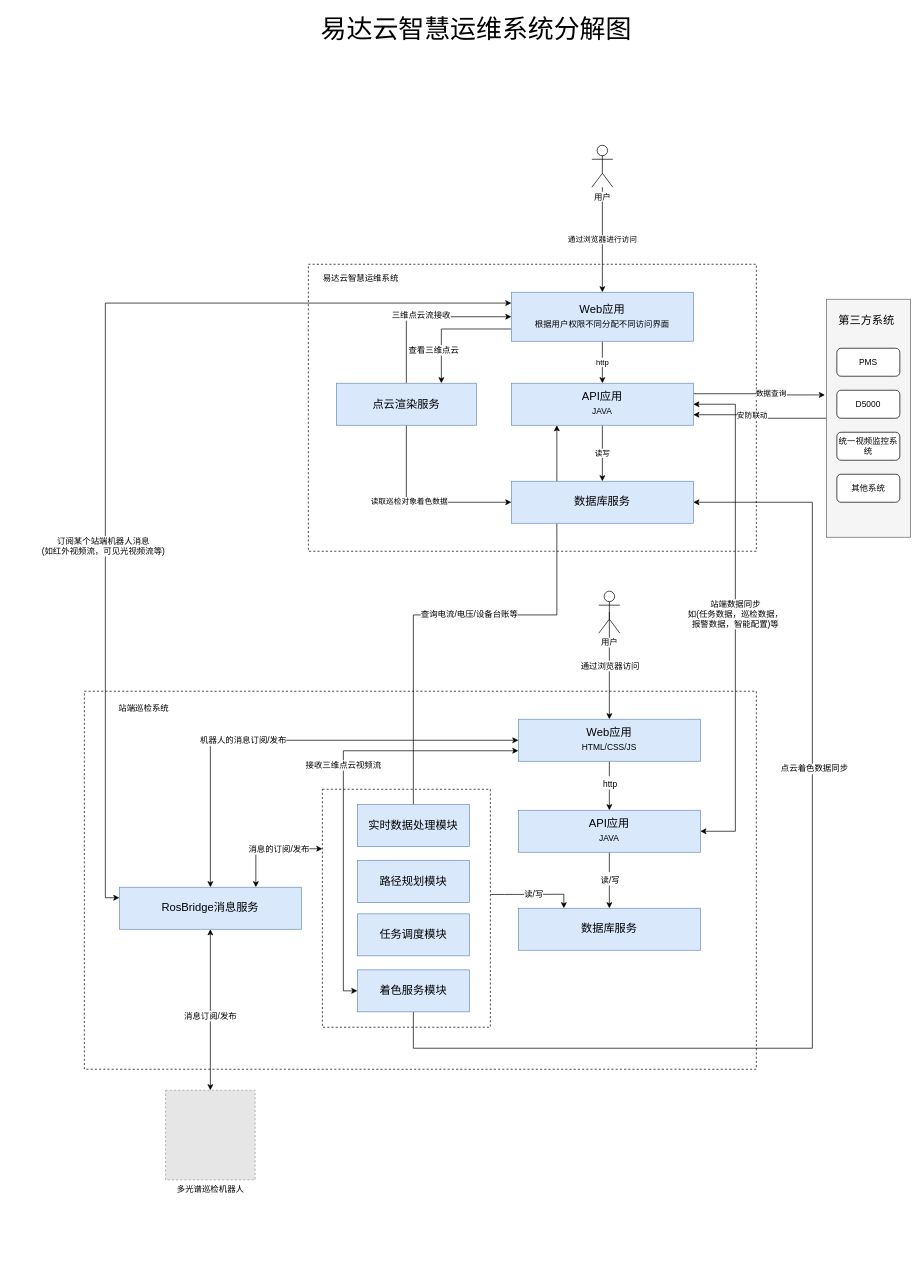
The draw.io diagram 易达云智慧运维系统分解图.drawio in wangyufei0807/draw, before the edit. Source tidied: cells renumbered, new cells numbered last; positions are measured from the earlier drawing's top-left corner, leaving out a move shared by most shapes. Both pictures are drawn from the tidied source at 70%, with x=0, y=0 at pixel (84, 12). Pictures stored in the file or linked from it are replaced by grey dashed boxes.
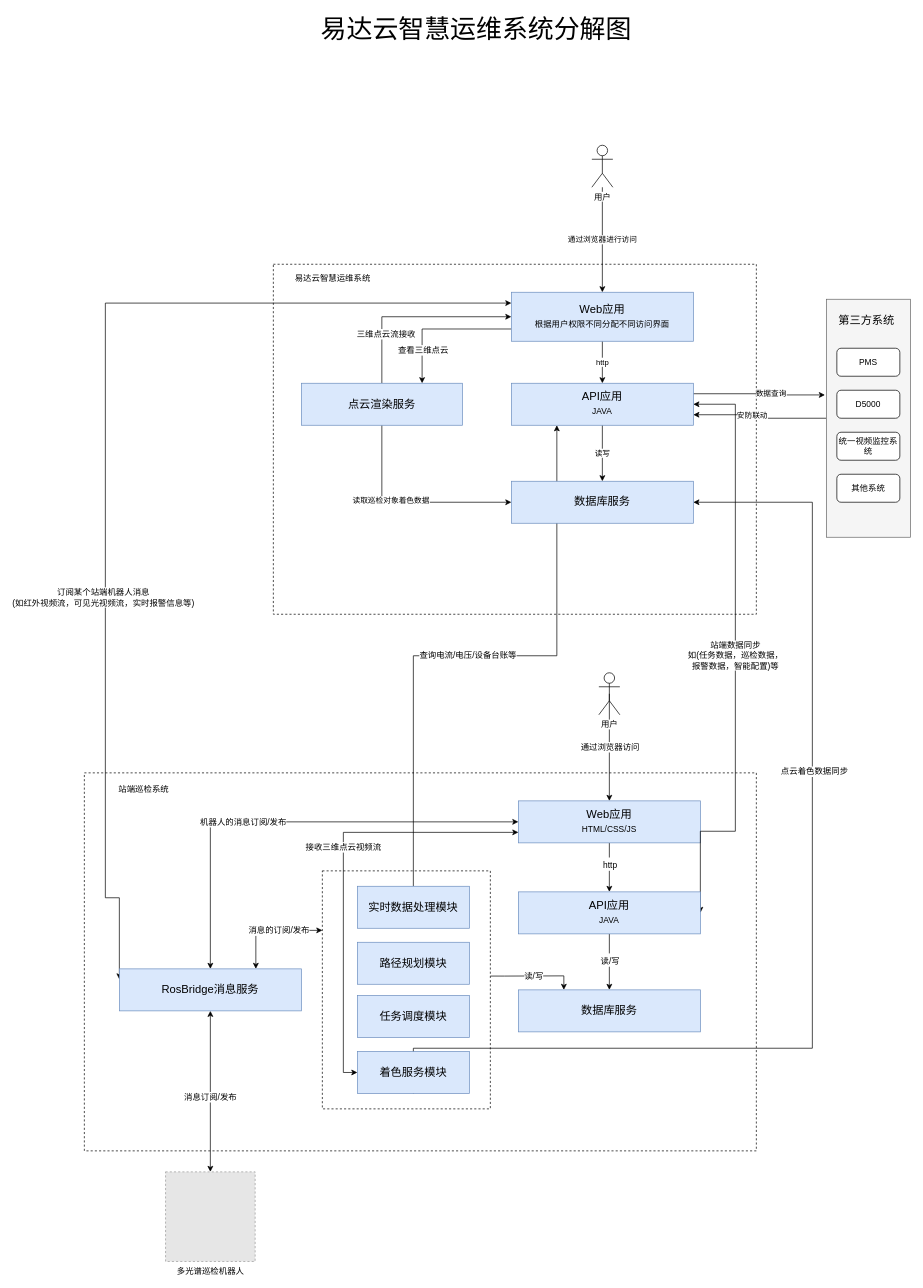
The same diagram, later.

Commit message:
更新易达云智慧运维系统分解图.drawio

Unchanged cells that the change refers to:
```xml
<mxCell id="12" style="edgeStyle=orthogonalEdgeStyle;rounded=0;jettySize=auto;html=1;exitX=0;exitY=0.221;exitDx=0;exitDy=0;entryX=0;entryY=0.25;entryDx=0;entryDy=0;startArrow=classic;startFill=1;fontSize=12;exitPerimeter=0;" parent="1" edge="1" source="14" target="49">
  <mxGeometry relative="1" as="geometry">
    <Array as="points">
      <mxPoint x="30" y="416" />
      <mxPoint x="30" y="1265" />
    </Array>
  </mxGeometry>
</mxCell>
```

Change to the diagram source:
```diff
@@
     <mxCell id="2" style="rounded=0;whiteSpace=wrap;html=1;dashed=1;shadow=0;" parent="1" vertex="1">
-      <mxGeometry y="970" width="960" height="540" as="geometry" />
+      <mxGeometry y="1086.6" width="960" height="540" as="geometry" />
     </mxCell>
@@
     <mxCell id="6" style="rounded=0;whiteSpace=wrap;html=1;shadow=0;fontSize=12;dashed=1;" parent="1" vertex="1">
-      <mxGeometry x="340" y="1110" width="240" height="340" as="geometry" />
+      <mxGeometry x="340" y="1226.6" width="240" height="340" as="geometry" />
     </mxCell>
     <mxCell id="7" style="rounded=0;whiteSpace=wrap;html=1;dashed=1;shadow=0;" parent="1" vertex="1">
-      <mxGeometry x="320" y="360" width="640" height="410" as="geometry" />
+      <mxGeometry x="270" y="360" width="690" height="500" as="geometry" />
     </mxCell>
@@
-    <mxCell id="13" value="订阅某个站端机器人消息&lt;br&gt;(如红外视频流，可见光视频流等)" style="edgeLabel;html=1;align=center;verticalAlign=middle;fontSize=12;" parent="12" vertex="1">
+    <mxCell id="13" value="订阅某个站端机器人消息&lt;br&gt;(如红外视频流，可见光视频流，实时报警信息等)" style="edgeLabel;html=1;align=center;verticalAlign=middle;fontSize=12;" parent="12" vertex="1">
       <mxGeometry x="0.25" y="-4" relative="1" as="geometry">
         <mxPoint y="20.7" as="offset" />
       </mxGeometry>
     </mxCell>
@@
     <mxCell id="15" value="易达云智慧运维系统" style="text;html=1;strokeColor=none;fillColor=none;align=center;verticalAlign=middle;whiteSpace=wrap;rounded=0;shadow=0;" parent="1" vertex="1">
-      <mxGeometry x="330" y="370" width="130" height="20" as="geometry" />
+      <mxGeometry x="290" y="370" width="130" height="20" as="geometry" />
     </mxCell>
@@
     <mxCell id="27" value="&lt;font style=&quot;font-size: 16px&quot;&gt;点云渲染服务&lt;/font&gt;" style="rounded=0;whiteSpace=wrap;html=1;shadow=0;fillColor=#dae8fc;strokeColor=#6c8ebf;" parent="1" vertex="1">
-      <mxGeometry x="360" y="530" width="200" height="60" as="geometry" />
+      <mxGeometry x="310" y="530" width="230" height="60" as="geometry" />
     </mxCell>
@@
     <mxCell id="33" value="站端巡检系统" style="text;html=1;strokeColor=none;fillColor=none;align=center;verticalAlign=middle;whiteSpace=wrap;rounded=0;shadow=0;" parent="1" vertex="1">
-      <mxGeometry x="40" y="984" width="90" height="20" as="geometry" />
+      <mxGeometry x="40" y="1100.6" width="90" height="20" as="geometry" />
     </mxCell>
@@
     <mxCell id="36" value="&lt;p style=&quot;line-height: 170%&quot;&gt;&lt;font style=&quot;font-size: 16px&quot;&gt;Web应用&lt;/font&gt;&lt;br&gt;HTML/CSS/JS&lt;/p&gt;" style="rounded=0;whiteSpace=wrap;html=1;shadow=0;fillColor=#dae8fc;strokeColor=#6c8ebf;" parent="1" vertex="1">
-      <mxGeometry x="620" y="1010" width="260" height="60" as="geometry" />
+      <mxGeometry x="620" y="1126.6" width="260" height="60" as="geometry" />
     </mxCell>
@@
     <mxCell id="40" value="&lt;p style=&quot;line-height: 160%&quot;&gt;&lt;font style=&quot;font-size: 16px&quot;&gt;API应用&lt;/font&gt;&lt;br&gt;JAVA&lt;/p&gt;" style="rounded=0;whiteSpace=wrap;html=1;shadow=0;fillColor=#dae8fc;strokeColor=#6c8ebf;" parent="1" vertex="1">
-      <mxGeometry x="620" y="1140" width="260" height="60" as="geometry" />
+      <mxGeometry x="620" y="1256.6" width="260" height="60" as="geometry" />
     </mxCell>
     <mxCell id="41" value="&lt;p style=&quot;line-height: 160%&quot;&gt;&lt;span style=&quot;font-size: 16px&quot;&gt;数据库服务&lt;/span&gt;&lt;/p&gt;" style="rounded=0;whiteSpace=wrap;html=1;shadow=0;fillColor=#dae8fc;strokeColor=#6c8ebf;" parent="1" vertex="1">
-      <mxGeometry x="620" y="1280" width="260" height="60" as="geometry" />
+      <mxGeometry x="620" y="1396.6" width="260" height="60" as="geometry" />
     </mxCell>
@@
     <mxCell id="44" value="用户" style="shape=umlActor;verticalLabelPosition=bottom;labelBackgroundColor=#ffffff;verticalAlign=top;html=1;outlineConnect=0;" parent="1" vertex="1">
-      <mxGeometry x="735" y="827" width="30" height="60" as="geometry" />
+      <mxGeometry x="735" y="943.6" width="30" height="60" as="geometry" />
     </mxCell>
@@
     <mxCell id="49" value="&lt;p style=&quot;line-height: 160%&quot;&gt;&lt;span style=&quot;font-size: 16px&quot;&gt;RosBridge消息服务&lt;/span&gt;&lt;/p&gt;" style="rounded=0;whiteSpace=wrap;html=1;shadow=0;fillColor=#dae8fc;strokeColor=#6c8ebf;" parent="1" vertex="1">
-      <mxGeometry x="50" y="1250" width="260" height="60" as="geometry" />
+      <mxGeometry x="50" y="1366.6" width="260" height="60" as="geometry" />
     </mxCell>
     <mxCell id="50" value="&lt;p style=&quot;line-height: 160%&quot;&gt;&lt;span style=&quot;font-size: 16px&quot;&gt;任务调度模块&lt;/span&gt;&lt;/p&gt;" style="rounded=0;whiteSpace=wrap;html=1;shadow=0;fillColor=#dae8fc;strokeColor=#6c8ebf;" parent="1" vertex="1">
-      <mxGeometry x="390" y="1288" width="160" height="60" as="geometry" />
+      <mxGeometry x="390" y="1404.6" width="160" height="60" as="geometry" />
     </mxCell>
     <mxCell id="51" value="&lt;p style=&quot;line-height: 160%&quot;&gt;&lt;span style=&quot;font-size: 16px&quot;&gt;路径规划模块&lt;/span&gt;&lt;/p&gt;" style="rounded=0;whiteSpace=wrap;html=1;shadow=0;fillColor=#dae8fc;strokeColor=#6c8ebf;" parent="1" vertex="1">
-      <mxGeometry x="390" y="1212" width="160" height="60" as="geometry" />
+      <mxGeometry x="390" y="1328.6" width="160" height="60" as="geometry" />
     </mxCell>
@@
     <mxCell id="56" value="&lt;p style=&quot;line-height: 160%&quot;&gt;&lt;span style=&quot;font-size: 16px&quot;&gt;着色服务模块&lt;/span&gt;&lt;/p&gt;" style="rounded=0;whiteSpace=wrap;html=1;shadow=0;fillColor=#dae8fc;strokeColor=#6c8ebf;" parent="1" vertex="1">
-      <mxGeometry x="390" y="1368" width="160" height="60" as="geometry" />
+      <mxGeometry x="390" y="1484.6" width="160" height="60" as="geometry" />
     </mxCell>
     <mxCell id="57" value="多光谱巡检机器人" style="fillColor=#E6E6E6;strokeColor=#999999;dashed=1;html=1;verticalAlign=top;verticalLabelPosition=bottom;labelBackgroundColor=#ffffff;fontSize=12;" parent="1" vertex="1">
-      <mxGeometry x="116" y="1540" width="128" height="128" as="geometry" />
+      <mxGeometry x="116" y="1656.6" width="128" height="128" as="geometry" />
     </mxCell>
@@
     <mxCell id="61" value="&lt;p style=&quot;line-height: 160%&quot;&gt;&lt;span style=&quot;font-size: 16px&quot;&gt;实时数据处理模块&lt;/span&gt;&lt;/p&gt;" style="rounded=0;whiteSpace=wrap;html=1;shadow=0;fillColor=#dae8fc;strokeColor=#6c8ebf;" parent="1" vertex="1">
-      <mxGeometry x="390" y="1132" width="160" height="60" as="geometry" />
+      <mxGeometry x="390" y="1248.6" width="160" height="60" as="geometry" />
     </mxCell>
```
